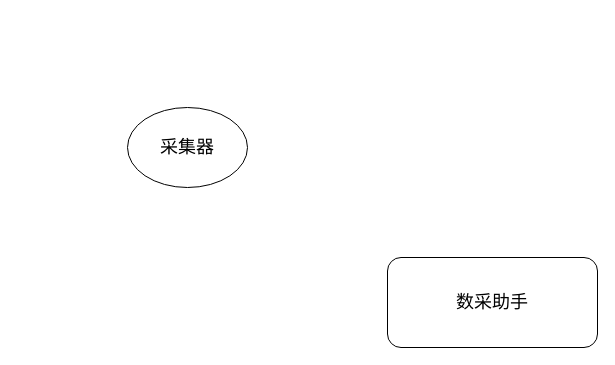
Earlier version of the draw.io diagram 未命名绘图.drawio (GoodDream01/nm-serial). Source tidied: cells renumbered, new cells numbered last; positions are measured from the earlier drawing's top-left corner, leaving out a move shared by most shapes. Both pictures are drawn from the tidied source at 100%, with x=0, y=0 at pixel (127, 107).
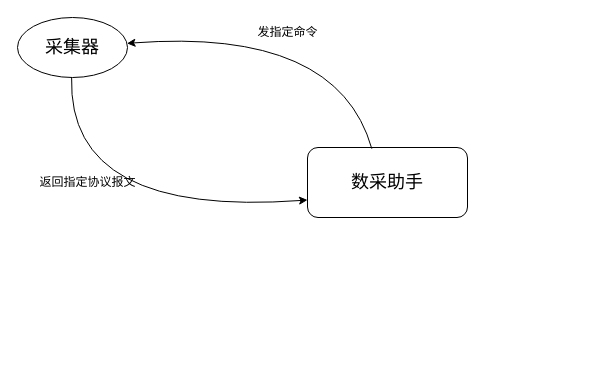
After the change.

Commit message (it also covers changes not shown here):
更新未命名绘图.drawio

Diff of the diagram source:
```diff
@@
 <mxGraphModel>
   <root>
     <mxCell id="0" />
     <mxCell id="1" parent="0" />
     <mxCell id="2" value="&lt;font style=&quot;font-size: 18px;&quot;&gt;采集器&lt;/font&gt;" style="ellipse;whiteSpace=wrap;html=1;" parent="1" vertex="1">
-      <mxGeometry width="120" height="80" as="geometry" />
+      <mxGeometry x="-110" y="-90" width="110" height="60" as="geometry" />
     </mxCell>
     <mxCell id="3" value="&lt;font style=&quot;font-size: 18px;&quot;&gt;数采助手&lt;/font&gt;" style="rounded=1;whiteSpace=wrap;html=1;" parent="1" vertex="1">
-      <mxGeometry x="260" y="150" width="210" height="90" as="geometry" />
+      <mxGeometry x="180" y="40" width="160" height="70" as="geometry" />
     </mxCell>
+    <mxCell id="4" style="curved=1;endArrow=classic;html=1;rounded=0;exitX=0.402;exitY=0.017;exitDx=0;exitDy=0;exitPerimeter=0;" parent="1" edge="1" source="3" target="2">
+      <mxGeometry relative="1" as="geometry">
+        <Array as="points">
+          <mxPoint x="210" y="-80" />
+        </Array>
+      </mxGeometry>
+    </mxCell>
+    <mxCell id="5" style="curved=1;endArrow=classic;html=1;rounded=0;entryX=0;entryY=0.75;entryDx=0;entryDy=0;" parent="1" edge="1" source="2" target="3">
+      <mxGeometry relative="1" as="geometry">
+        <Array as="points">
+          <mxPoint x="-60" y="110" />
+        </Array>
+      </mxGeometry>
+    </mxCell>
+    <mxCell id="6" value="发指定命令" style="text;html=1;align=center;verticalAlign=middle;strokeColor=none;fillColor=none;" parent="1" vertex="1">
+      <mxGeometry x="120" y="-90" width="80" height="30" as="geometry" />
+    </mxCell>
+    <mxCell id="7" value="返回指定协议报文" style="text;html=1;align=center;verticalAlign=middle;strokeColor=none;fillColor=none;" parent="1" vertex="1">
+      <mxGeometry x="-100" y="60" width="120" height="30" as="geometry" />
+    </mxCell>
   </root>
 </mxGraphModel>
```
